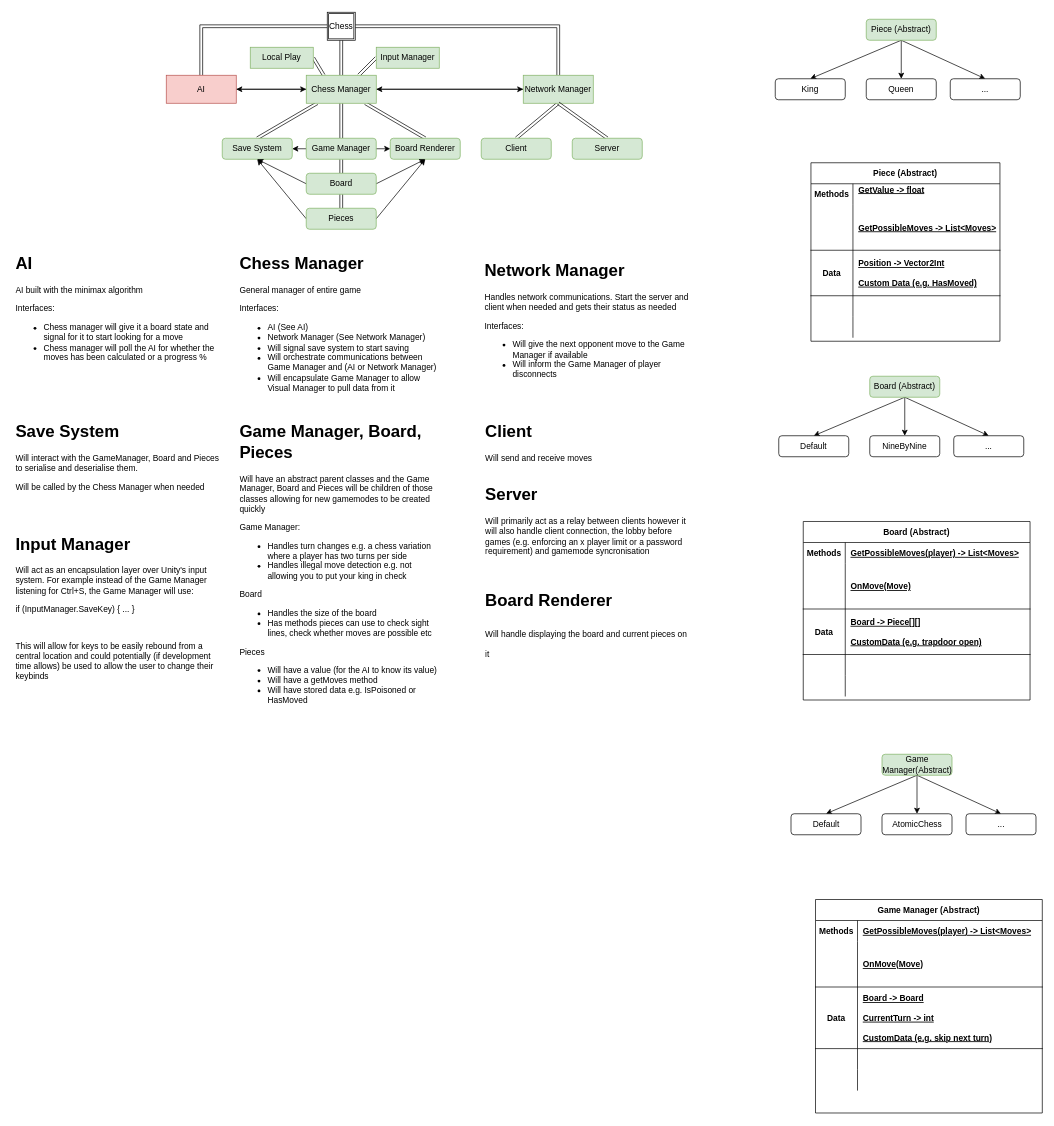
Earlier version of the draw.io diagram page "Overview" (1 of 5) of Docs/Plan Diagram (open with www.draw.io).drawio (Robert-M-Lucas/NEA). Source tidied: cells renumbered, new cells numbered last; positions are measured from the earlier drawing's top-left corner, leaving out a move shared by most shapes. Both pictures are drawn from the tidied source at 70%, with x=0, y=0 at pixel (12, 12).
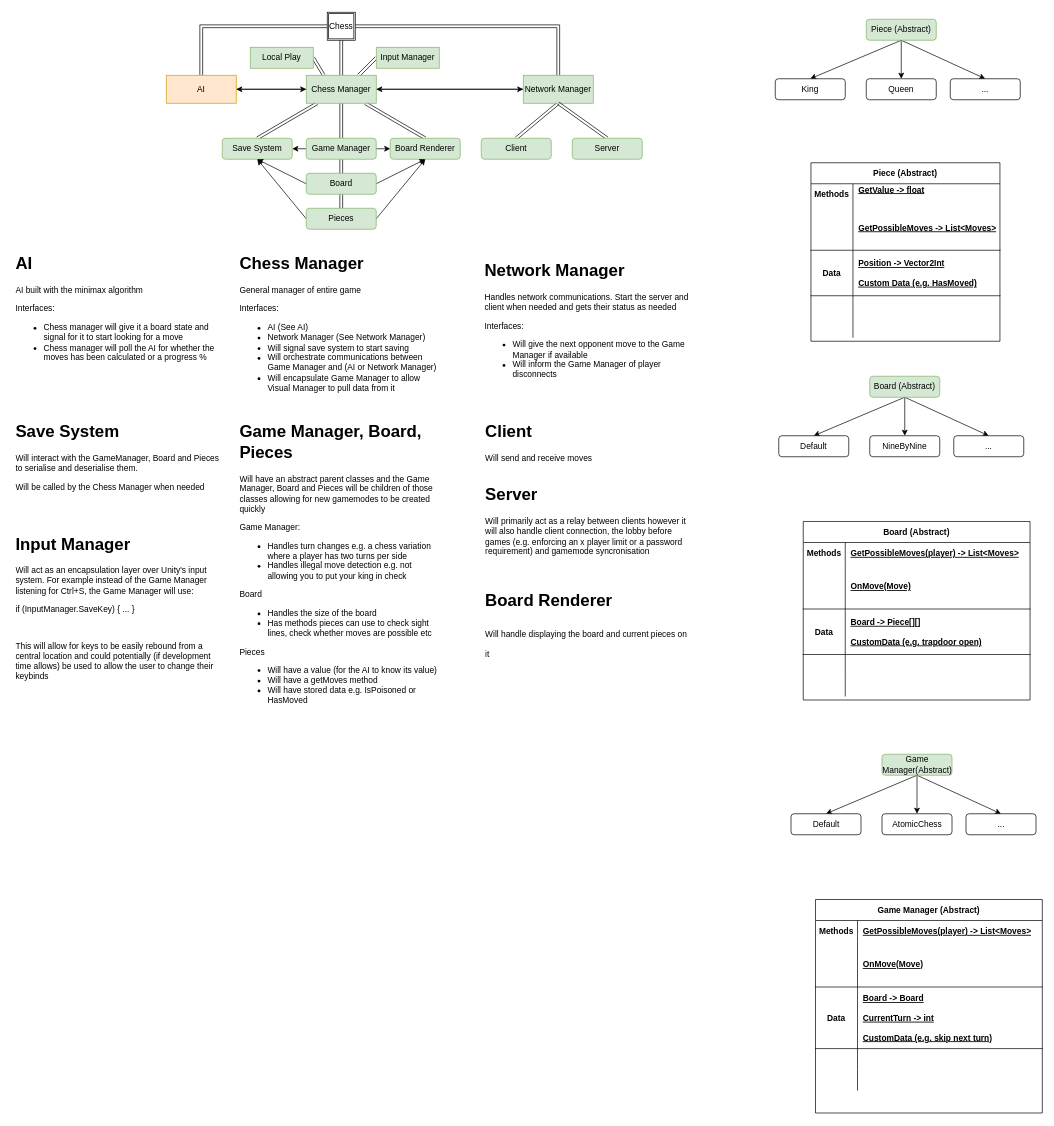
After the change.

Diff of the diagram source:
```diff
@@
-    <mxCell id="15" value="AI" style="rounded=0;whiteSpace=wrap;html=1;fillColor=#f8cecc;strokeColor=#b85450;" parent="1" vertex="1">
+    <mxCell id="15" value="AI" style="rounded=0;whiteSpace=wrap;html=1;fillColor=#ffe6cc;strokeColor=#d79b00;" parent="1" vertex="1">
       <mxGeometry x="220" y="90" width="100" height="40" as="geometry" />
     </mxCell>
```
